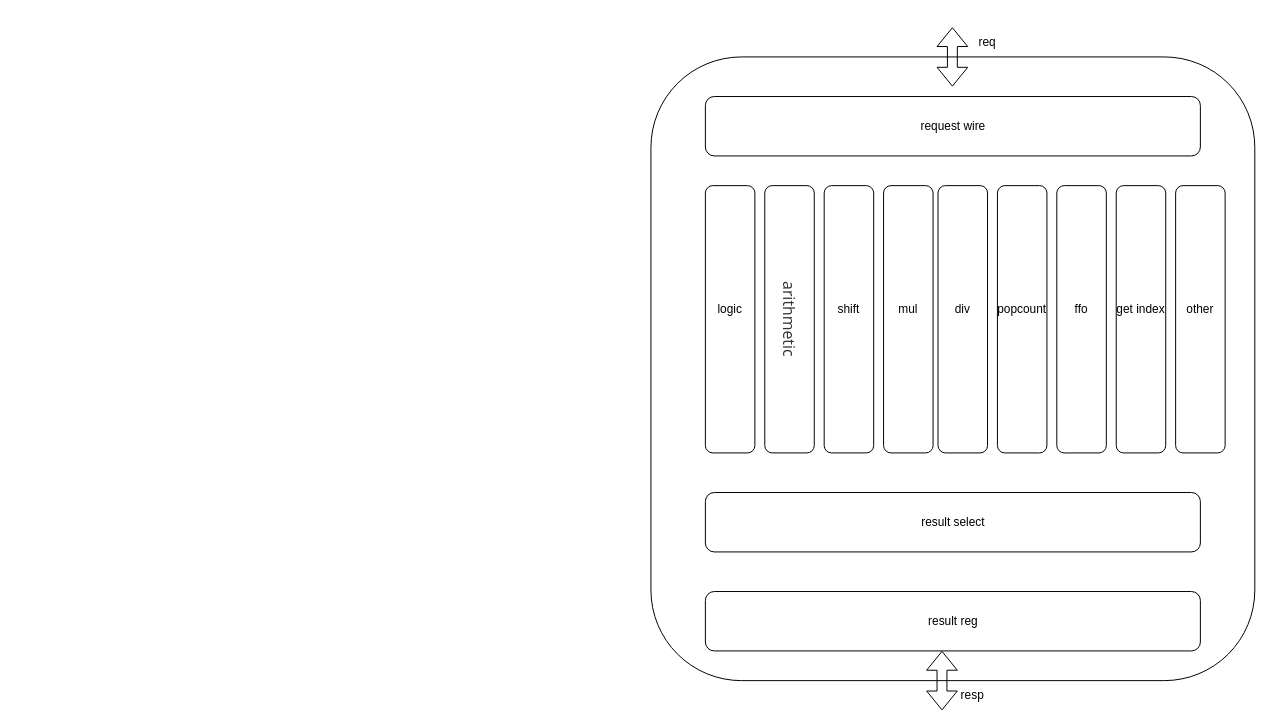
chipsalliance/t1 keeps this draw.io diagram as page "VFU" (2 of 12) of t1/doc/rvv.drawio. Above is the earlier version. Source tidied: cells renumbered, new cells numbered last; positions are measured from the earlier drawing's top-left corner, leaving out a move shared by most shapes. Both pictures are drawn from the tidied source at 99%, with x=0, y=0 at pixel (650, 27).
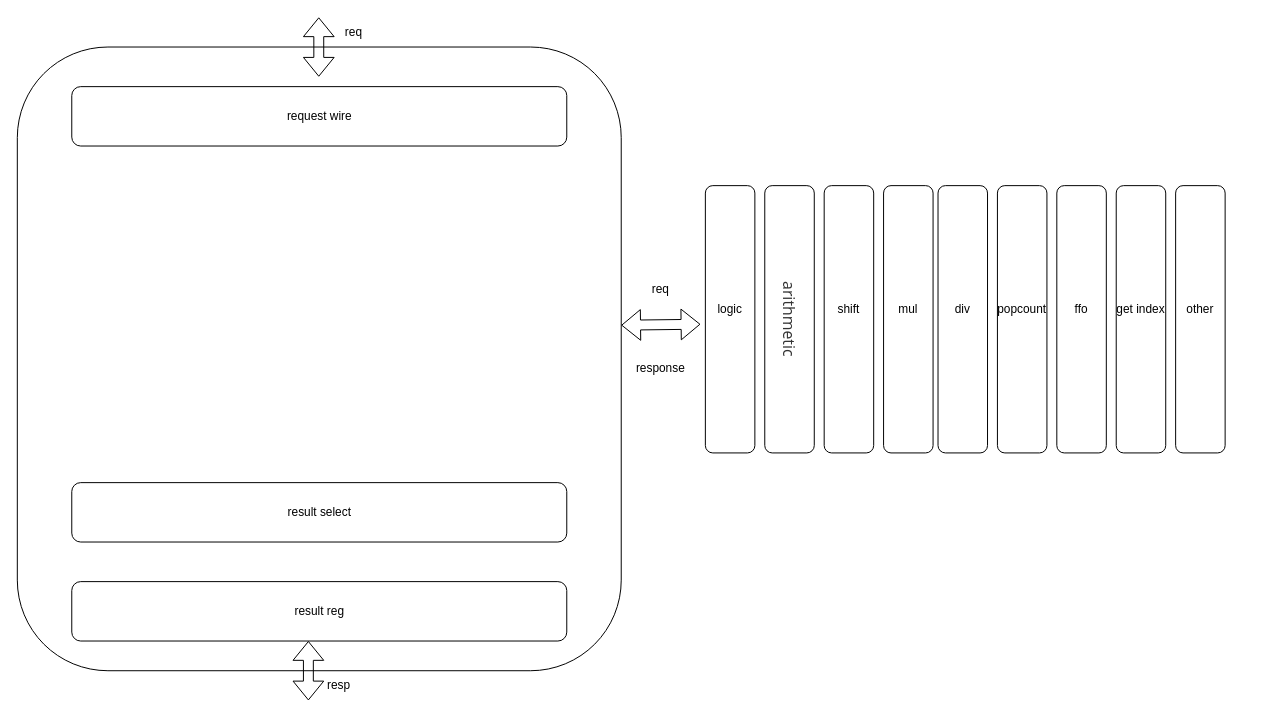
Above is the later version.

The change refers to these unchanged cells:
```xml
<mxCell id="7" value="logic" style="text;html=1;strokeColor=none;fillColor=none;align=center;verticalAlign=middle;whiteSpace=wrap;rounded=0;" parent="1" vertex="1">
  <mxGeometry x="50" y="270" width="60" height="30" as="geometry" />
</mxCell>
```

What changed in the source:
```diff
@@
     <mxCell id="2" style="rounded=1;whiteSpace=wrap;html=1;" parent="1" vertex="1">
-      <mxGeometry y="30" width="610" height="630" as="geometry" />
+      <mxGeometry x="-640" y="20" width="610" height="630" as="geometry" />
     </mxCell>
     <mxCell id="3" style="shape=flexArrow;endArrow=classic;startArrow=classic;html=1;rounded=0;" parent="1" edge="1">
       <mxGeometry relative="1" as="geometry">
-        <mxPoint x="304.5" y="60" as="sourcePoint" />
-        <mxPoint x="304.5" as="targetPoint" />
+        <mxPoint x="-335.5" y="50" as="sourcePoint" />
+        <mxPoint x="-335.5" y="-10" as="targetPoint" />
       </mxGeometry>
     </mxCell>
     <mxCell id="4" style="rounded=1;whiteSpace=wrap;html=1;" parent="1" vertex="1">
-      <mxGeometry x="55" y="70" width="500" height="60" as="geometry" />
+      <mxGeometry x="-585" y="60" width="500" height="60" as="geometry" />
     </mxCell>
     <mxCell id="5" value="request wire" style="text;html=1;strokeColor=none;fillColor=none;align=center;verticalAlign=middle;whiteSpace=wrap;rounded=0;" parent="1" vertex="1">
-      <mxGeometry x="247.5" y="85" width="115" height="30" as="geometry" />
+      <mxGeometry x="-392.5" y="75" width="115" height="30" as="geometry" />
     </mxCell>
@@
     <mxCell id="24" style="rounded=1;whiteSpace=wrap;html=1;" parent="1" vertex="1">
-      <mxGeometry x="55" y="470" width="500" height="60" as="geometry" />
+      <mxGeometry x="-585" y="460" width="500" height="60" as="geometry" />
     </mxCell>
     <mxCell id="25" value="result select" style="text;html=1;strokeColor=none;fillColor=none;align=center;verticalAlign=middle;whiteSpace=wrap;rounded=0;" parent="1" vertex="1">
-      <mxGeometry x="247.5" y="485" width="115" height="30" as="geometry" />
+      <mxGeometry x="-392.5" y="475" width="115" height="30" as="geometry" />
     </mxCell>
     <mxCell id="26" style="rounded=1;whiteSpace=wrap;html=1;" parent="1" vertex="1">
-      <mxGeometry x="55" y="570" width="500" height="60" as="geometry" />
+      <mxGeometry x="-585" y="560" width="500" height="60" as="geometry" />
     </mxCell>
     <mxCell id="27" value="result reg" style="text;html=1;strokeColor=none;fillColor=none;align=center;verticalAlign=middle;whiteSpace=wrap;rounded=0;" parent="1" vertex="1">
-      <mxGeometry x="247.5" y="585" width="115" height="30" as="geometry" />
+      <mxGeometry x="-392.5" y="575" width="115" height="30" as="geometry" />
     </mxCell>
     <mxCell id="28" value="req" style="text;html=1;strokeColor=none;fillColor=none;align=center;verticalAlign=middle;whiteSpace=wrap;rounded=0;" parent="1" vertex="1">
-      <mxGeometry x="310" width="60" height="30" as="geometry" />
+      <mxGeometry x="-330" y="-10" width="60" height="30" as="geometry" />
     </mxCell>
     <mxCell id="29" style="shape=flexArrow;endArrow=classic;startArrow=classic;html=1;rounded=0;" parent="1" edge="1">
       <mxGeometry relative="1" as="geometry">
-        <mxPoint x="294" y="690" as="sourcePoint" />
-        <mxPoint x="294" y="630" as="targetPoint" />
+        <mxPoint x="-346" y="680" as="sourcePoint" />
+        <mxPoint x="-346" y="620" as="targetPoint" />
       </mxGeometry>
     </mxCell>
     <mxCell id="30" value="resp" style="text;html=1;strokeColor=none;fillColor=none;align=center;verticalAlign=middle;whiteSpace=wrap;rounded=0;" parent="1" vertex="1">
-      <mxGeometry x="295" y="660" width="60" height="30" as="geometry" />
+      <mxGeometry x="-345" y="650" width="60" height="30" as="geometry" />
     </mxCell>
+    <mxCell id="31" style="shape=flexArrow;endArrow=classic;startArrow=classic;html=1;rounded=0;entryX=0;entryY=1;entryDx=0;entryDy=0;exitX=1;exitY=0.446;exitDx=0;exitDy=0;exitPerimeter=0;" parent="1" edge="1" source="2" target="7">
+      <mxGeometry relative="1" as="geometry" />
+    </mxCell>
+    <mxCell id="32" value="req" style="text;html=1;align=center;verticalAlign=middle;whiteSpace=wrap;rounded=0;" parent="1" vertex="1">
+      <mxGeometry x="-20" y="250" width="60" height="30" as="geometry" />
+    </mxCell>
+    <mxCell id="33" value="response" style="text;html=1;align=center;verticalAlign=middle;whiteSpace=wrap;rounded=0;" parent="1" vertex="1">
+      <mxGeometry x="-20" y="330" width="60" height="30" as="geometry" />
+    </mxCell>
```
